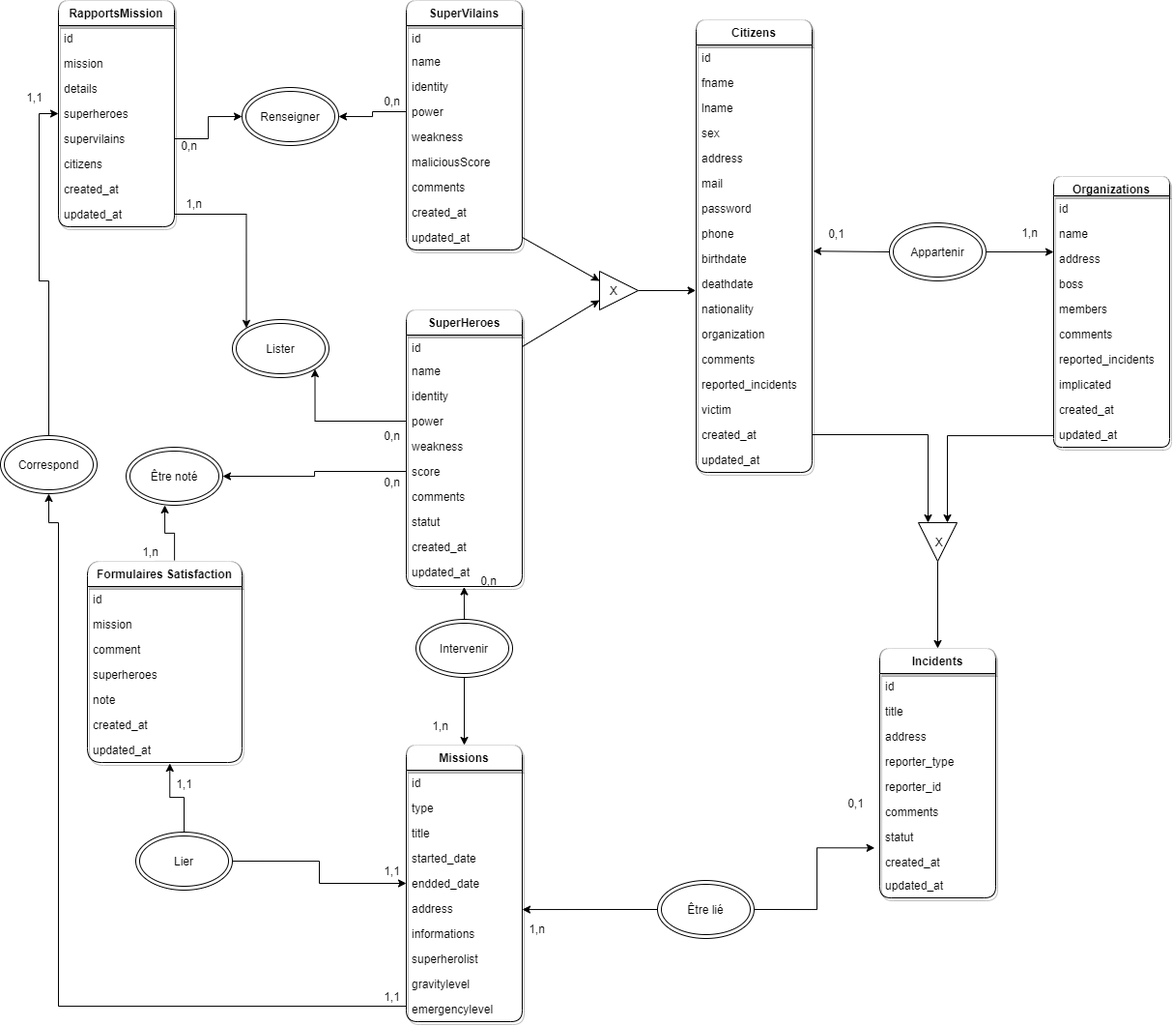
floriaaan/java-bootcamp keeps this draw.io diagram as documentation/mcd/mcd.png. Above is the earlier version. Source tidied: cells renumbered, new cells last; positions are measured from the earlier drawing's top-left corner, leaving out a move shared by most shapes.
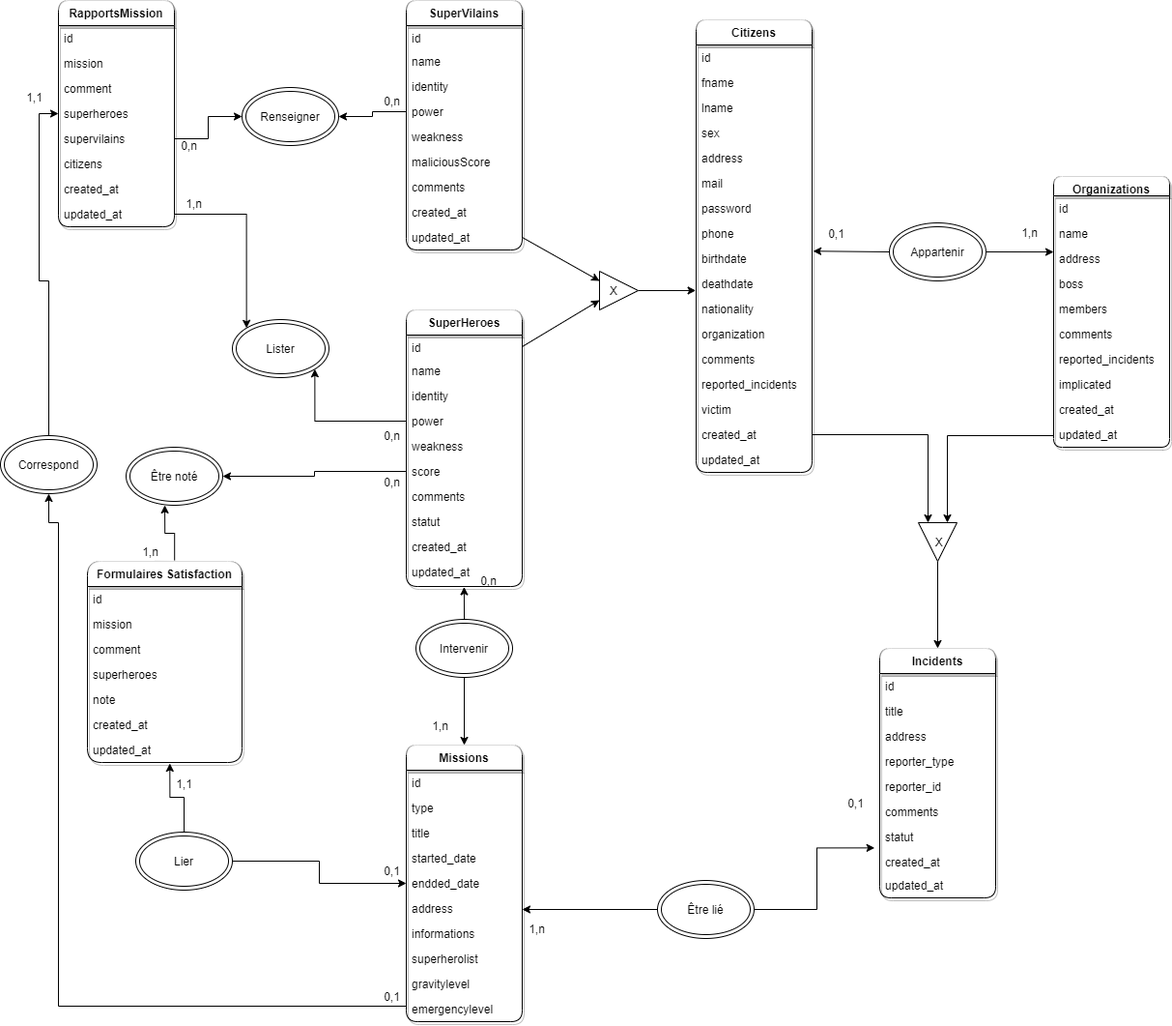
Above is the later version.

Diff of the diagram source:
```diff
@@ -303,7 +303,7 @@
     <mxCell id="98" value="mission" style="text;strokeColor=none;fillColor=none;align=left;verticalAlign=top;spacingLeft=4;spacingRight=4;overflow=hidden;" parent="96" vertex="1">
       <mxGeometry y="52" width="120" height="26" as="geometry" />
     </mxCell>
-    <mxCell id="99" value="details" style="text;strokeColor=none;fillColor=none;align=left;verticalAlign=top;spacingLeft=4;spacingRight=4;overflow=hidden;" parent="96" vertex="1">
+    <mxCell id="99" value="comment" style="text;strokeColor=none;fillColor=none;align=left;verticalAlign=top;spacingLeft=4;spacingRight=4;overflow=hidden;" parent="96" vertex="1">
       <mxGeometry y="78" width="120" height="26" as="geometry" />
     </mxCell>
     <mxCell id="100" value="superheroes" style="text;strokeColor=none;fillColor=none;align=left;verticalAlign=top;spacingLeft=4;spacingRight=4;overflow=hidden;points=[[0,0.5],[1,0.5]];portConstraint=eastwest;" parent="96" vertex="1">
@@ -354,7 +354,7 @@
     <mxCell id="113" value="1,1" style="text;html=1;align=center;verticalAlign=middle;" parent="1" vertex="1">
       <mxGeometry x="20" y="90" width="30" height="20" as="geometry" />
     </mxCell>
-    <mxCell id="114" value="1,1" style="text;html=1;align=center;verticalAlign=middle;" parent="1" vertex="1">
+    <mxCell id="114" value="0,1" style="text;html=1;align=center;verticalAlign=middle;" parent="1" vertex="1">
       <mxGeometry x="390" y="1020" width="30" height="20" as="geometry" />
     </mxCell>
     <mxCell id="115" value="Lister" style="ellipse;shape=doubleEllipse;whiteSpace=wrap;html=1;" parent="1" vertex="1">
@@ -420,7 +420,7 @@
     <mxCell id="134" value="1,1" style="text;html=1;align=center;verticalAlign=middle;" parent="1" vertex="1">
       <mxGeometry x="175" y="800" width="30" height="20" as="geometry" />
     </mxCell>
-    <mxCell id="135" value="1,1" style="text;html=1;align=center;verticalAlign=middle;" parent="1" vertex="1">
+    <mxCell id="135" value="0,1" style="text;html=1;align=center;verticalAlign=middle;" parent="1" vertex="1">
       <mxGeometry x="390" y="890" width="30" height="20" as="geometry" />
     </mxCell>
     <mxCell id="136" value="0,n" style="text;html=1;align=center;verticalAlign=middle;" parent="1" vertex="1">
```
